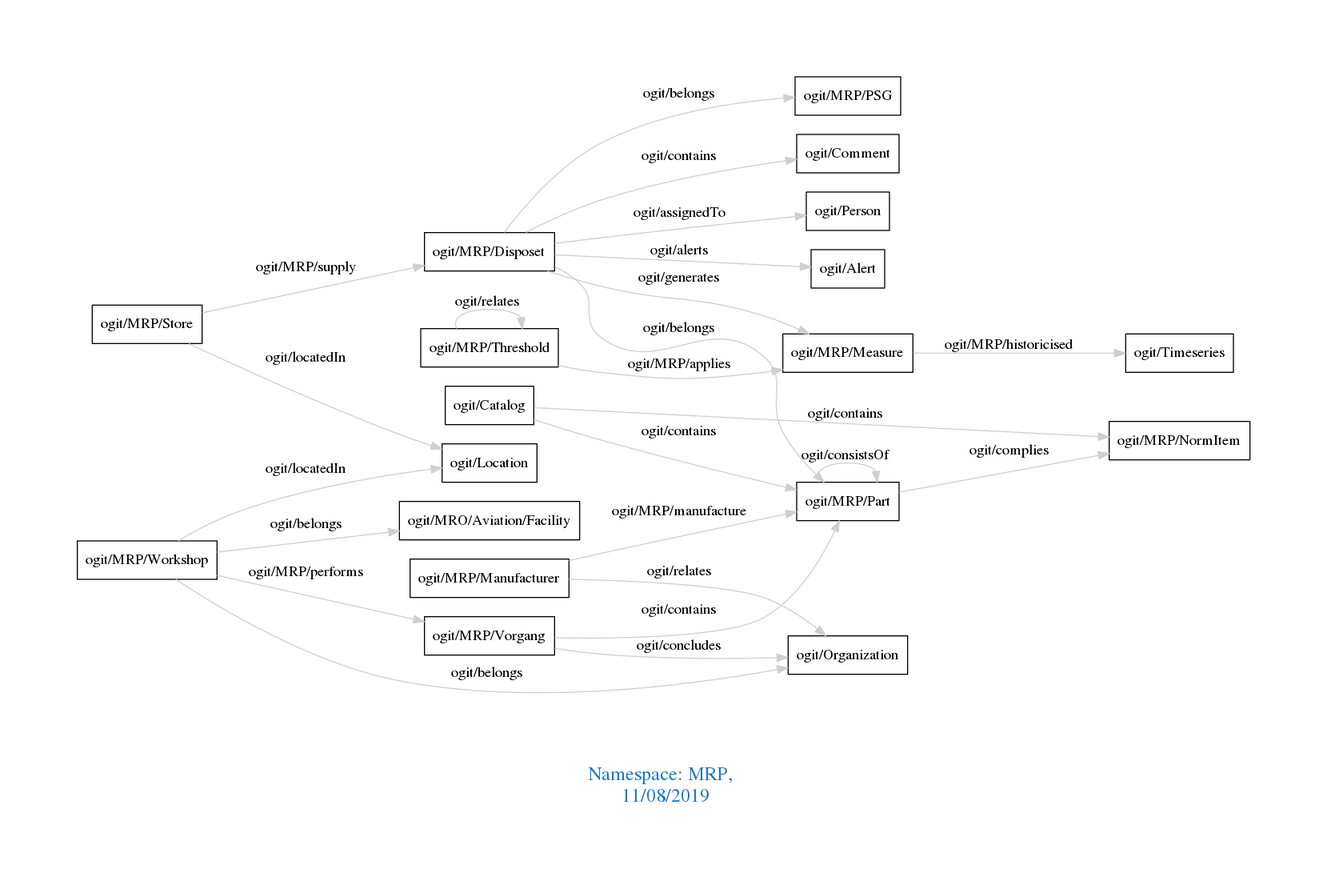
Above: downloads/MRP.png in arago/OGIT (Graphviz), before the change. Its source is kept beside it as downloads/MRP.dot.
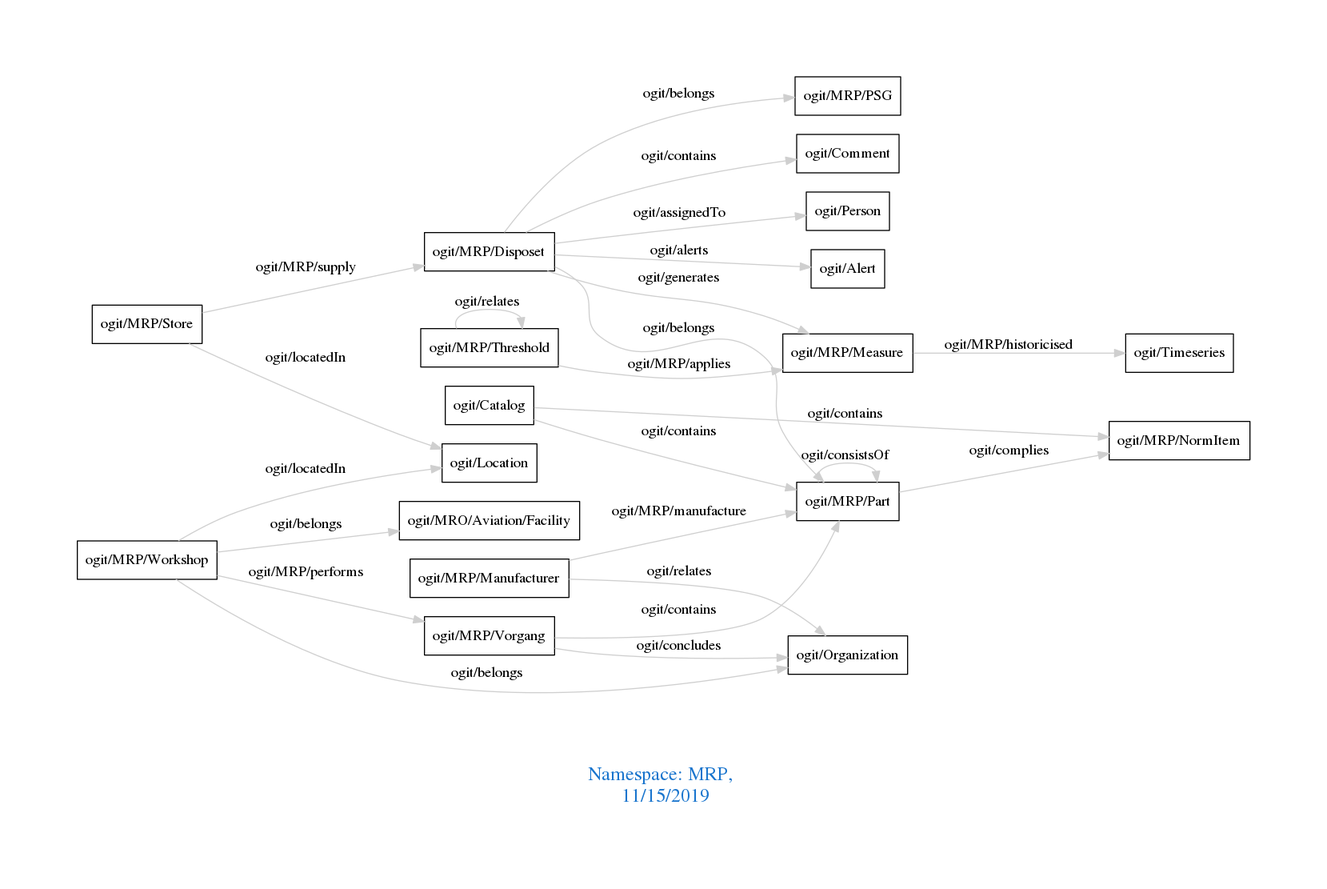
Later version of the same file.

What changed in the source:
```diff
@@ -1,7 +1,7 @@
 digraph OGIT_ontology {
  graph [ rankdir= LR,pad=1
 fontsize = 18,
-fontcolor= dodgerblue3,label = "\n\n\nNamespace: MRP, \n 11/08/2019"];
+fontcolor= dodgerblue3,label = "\n\n\nNamespace: MRP, \n 11/15/2019"];
 node[shape=polygon];
 edge [  color="gray81"];
 
```
